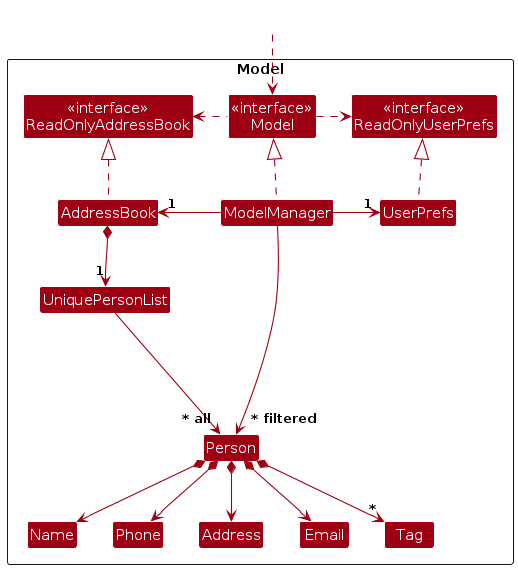
Earlier version of the PlantUML export diagrams/ModelClassDiagram.png (AY2627S1-CS2103T-T14-2/tp). Its source is kept beside it as diagrams/ModelClassDiagram.puml. Source of this version:
```plantuml
@startuml
!include style.puml
skinparam arrowThickness 1.1
skinparam arrowColor MODEL_COLOR
skinparam classBackgroundColor MODEL_COLOR

Package Model as ModelPackage <<Rectangle>>{
Class "<<interface>>\nReadOnlyAddressBook" as ReadOnlyAddressBook
Class "<<interface>>\nReadOnlyUserPrefs" as ReadOnlyUserPrefs
Class "<<interface>>\nModel" as Model
Class AddressBook
Class ModelManager
Class UserPrefs

Class UniquePersonList
Class Person
Class Address
Class Email
Class Name
Class Phone
Class Tag

Class I #FFFFFF
}

Class HiddenOutside #FFFFFF
HiddenOutside ..> Model

AddressBook .up.|> ReadOnlyAddressBook

ModelManager .up.|> Model
Model .right.> ReadOnlyUserPrefs
Model .left.> ReadOnlyAddressBook
ModelManager -left-> "1" AddressBook
ModelManager -right-> "1" UserPrefs
UserPrefs .up.|> ReadOnlyUserPrefs

AddressBook *--> "1" UniquePersonList
UniquePersonList --> "~* all" Person
Person *--> Name
Person *--> Phone
Person *--> Email
Person *--> Address
Person *--> "*" Tag

Person -[hidden]up--> I
UniquePersonList -[hidden]right-> I

Name -[hidden]right-> Phone
Phone -[hidden]right-> Address
Address -[hidden]right-> Email

ModelManager --> "~* filtered" Person
@enduml
```
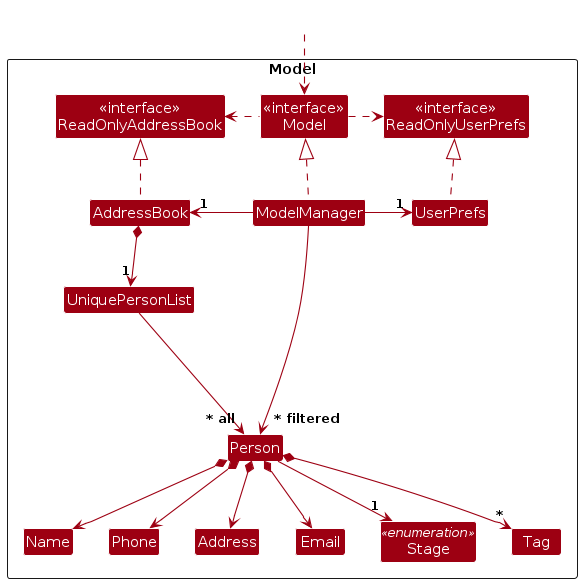
The same file after the commit.

Diff of the diagram source:
```diff
@@ -18,6 +18,7 @@
 Class Email
 Class Name
 Class Phone
+Class Stage <<enumeration>>
 Class Tag
 
 Class I #FFFFFF
@@ -41,6 +42,7 @@
 Person *--> Phone
 Person *--> Email
 Person *--> Address
+Person --> "1" Stage
 Person *--> "*" Tag
 
 Person -[hidden]up--> I
```
